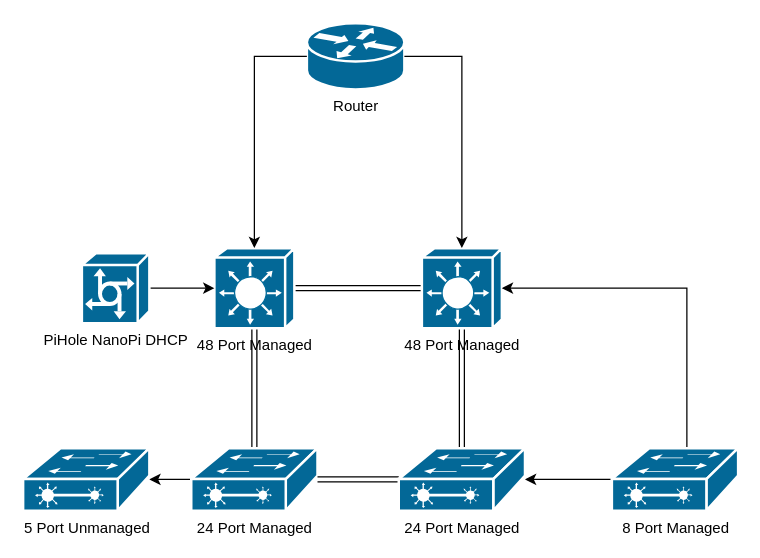
Above: files/Untitled Diagram.drawio in wavpro/flowcharts (draw.io), before the change. Source tidied: cells renumbered, new cells numbered last; positions are measured from the earlier drawing's top-left corner, leaving out a move shared by most shapes. Both pictures are drawn from the tidied source at 125%, with x=0, y=0 at pixel (22, 22).
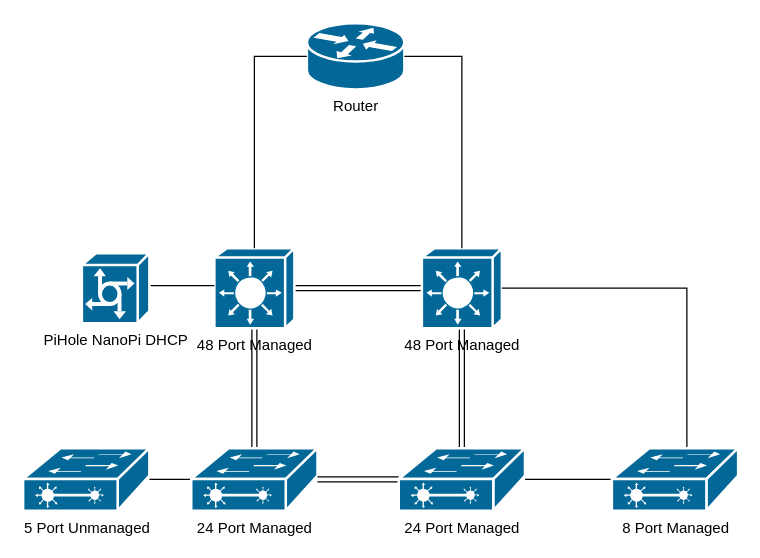
The same page after the edit.

The change refers to these unchanged cells:
```xml
<mxCell id="2" value="Router" style="shape=mxgraph.cisco.routers.router;sketch=0;html=1;dashed=0;fillColor=#036897;strokeColor=#ffffff;strokeWidth=2;verticalLabelPosition=bottom;verticalAlign=top;align=center;outlineConnect=0;" parent="1" vertex="1">
  <mxGeometry x="227" width="78" height="53" as="geometry" />
</mxCell>
<mxCell id="5" value="48 Port Managed" style="shape=mxgraph.cisco.switches.layer_3_switch;sketch=0;html=1;dashed=0;fillColor=#036897;strokeColor=#ffffff;strokeWidth=2;verticalLabelPosition=bottom;verticalAlign=top;align=center;outlineConnect=0;" parent="1" vertex="1">
  <mxGeometry x="153" y="180" width="64" height="64" as="geometry" />
</mxCell>
<mxCell id="7" value="48 Port Managed" style="shape=mxgraph.cisco.switches.layer_3_switch;sketch=0;html=1;dashed=0;fillColor=#036897;strokeColor=#ffffff;strokeWidth=2;verticalLabelPosition=bottom;verticalAlign=top;align=center;outlineConnect=0;" parent="1" vertex="1">
  <mxGeometry x="319" y="180" width="64" height="64" as="geometry" />
</mxCell>
<mxCell id="10" value="5 Port Unmanaged" style="shape=mxgraph.cisco.switches.layer_2_remote_switch;sketch=0;html=1;dashed=0;fillColor=#036897;strokeColor=#ffffff;strokeWidth=2;verticalLabelPosition=bottom;verticalAlign=top;align=center;outlineConnect=0;" parent="1" vertex="1">
  <mxGeometry y="340" width="101" height="50" as="geometry" />
</mxCell>
<mxCell id="12" value="24 Port Managed" style="shape=mxgraph.cisco.switches.layer_2_remote_switch;sketch=0;html=1;dashed=0;fillColor=#036897;strokeColor=#ffffff;strokeWidth=2;verticalLabelPosition=bottom;verticalAlign=top;align=center;outlineConnect=0;" parent="1" vertex="1">
  <mxGeometry x="134.5" y="340" width="101" height="50" as="geometry" />
</mxCell>
<mxCell id="14" value="24 Port Managed" style="shape=mxgraph.cisco.switches.layer_2_remote_switch;sketch=0;html=1;dashed=0;fillColor=#036897;strokeColor=#ffffff;strokeWidth=2;verticalLabelPosition=bottom;verticalAlign=top;align=center;outlineConnect=0;" parent="1" vertex="1">
  <mxGeometry x="300.5" y="340" width="101" height="50" as="geometry" />
</mxCell>
<mxCell id="17" value="8 Port Managed" style="shape=mxgraph.cisco.switches.layer_2_remote_switch;sketch=0;html=1;dashed=0;fillColor=#036897;strokeColor=#ffffff;strokeWidth=2;verticalLabelPosition=bottom;verticalAlign=top;align=center;outlineConnect=0;" parent="1" vertex="1">
  <mxGeometry x="471" y="340" width="101" height="50" as="geometry" />
</mxCell>
<mxCell id="19" value="PiHole NanoPi DHCP" style="shape=mxgraph.cisco.servers.communications_server;sketch=0;html=1;dashed=0;fillColor=#036897;strokeColor=#ffffff;strokeWidth=2;verticalLabelPosition=bottom;verticalAlign=top;align=center;outlineConnect=0;" parent="1" vertex="1">
  <mxGeometry x="47" y="184" width="54" height="56" as="geometry" />
</mxCell>
```

What changed in the source:
```diff
@@
-    <mxCell id="8" style="edgeStyle=orthogonalEdgeStyle;rounded=0;jettySize=auto;html=1;entryX=0.5;entryY=0;entryDx=0;entryDy=0;entryPerimeter=0;" parent="1" edge="1" source="2" target="5">
+    <mxCell id="8" style="edgeStyle=orthogonalEdgeStyle;rounded=0;jettySize=auto;html=1;entryX=0.5;entryY=0;entryDx=0;entryDy=0;entryPerimeter=0;endArrow=none;endFill=0;" parent="1" edge="1" source="2" target="5">
       <mxGeometry relative="1" as="geometry" />
     </mxCell>
-    <mxCell id="9" style="edgeStyle=orthogonalEdgeStyle;rounded=0;jettySize=auto;html=1;entryX=0.5;entryY=0;entryDx=0;entryDy=0;entryPerimeter=0;exitX=1;exitY=0.5;exitDx=0;exitDy=0;exitPerimeter=0;" parent="1" edge="1" source="2" target="7">
+    <mxCell id="9" style="edgeStyle=orthogonalEdgeStyle;rounded=0;jettySize=auto;html=1;entryX=0.5;entryY=0;entryDx=0;entryDy=0;entryPerimeter=0;exitX=1;exitY=0.5;exitDx=0;exitDy=0;exitPerimeter=0;endArrow=none;endFill=0;" parent="1" edge="1" source="2" target="7">
       <mxGeometry relative="1" as="geometry">
         <Array as="points">
           <mxPoint x="351" y="26" />
         </Array>
       </mxGeometry>
     </mxCell>
@@
-    <mxCell id="11" style="edgeStyle=orthogonalEdgeStyle;rounded=0;jettySize=auto;html=1;" parent="1" edge="1" source="12" target="10">
+    <mxCell id="11" style="edgeStyle=orthogonalEdgeStyle;rounded=0;jettySize=auto;html=1;endArrow=none;endFill=0;" parent="1" edge="1" source="12" target="10">
       <mxGeometry relative="1" as="geometry" />
     </mxCell>
@@
-    <mxCell id="15" style="edgeStyle=orthogonalEdgeStyle;rounded=0;jettySize=auto;html=1;entryX=1;entryY=0.5;entryDx=0;entryDy=0;entryPerimeter=0;" parent="1" edge="1" source="17" target="7">
+    <mxCell id="15" style="edgeStyle=orthogonalEdgeStyle;rounded=0;jettySize=auto;html=1;entryX=1;entryY=0.5;entryDx=0;entryDy=0;entryPerimeter=0;endArrow=none;endFill=0;" parent="1" edge="1" source="17" target="7">
       <mxGeometry relative="1" as="geometry">
         <Array as="points">
           <mxPoint x="531" y="212" />
         </Array>
       </mxGeometry>
     </mxCell>
-    <mxCell id="16" style="edgeStyle=orthogonalEdgeStyle;rounded=0;jettySize=auto;html=1;" parent="1" edge="1" source="17" target="14">
+    <mxCell id="16" style="edgeStyle=orthogonalEdgeStyle;rounded=0;jettySize=auto;html=1;endArrow=none;endFill=0;" parent="1" edge="1" source="17" target="14">
       <mxGeometry relative="1" as="geometry" />
     </mxCell>
@@
-    <mxCell id="18" style="edgeStyle=orthogonalEdgeStyle;rounded=0;jettySize=auto;html=1;" parent="1" edge="1" source="19" target="5">
-      <mxGeometry relative="1" as="geometry" />
+    <mxCell id="18" style="edgeStyle=orthogonalEdgeStyle;rounded=0;jettySize=auto;html=1;endArrow=none;endFill=0;" parent="1" edge="1" source="19" target="5">
+      <mxGeometry relative="1" as="geometry">
+        <Array as="points">
+          <mxPoint x="137" y="210" />
+          <mxPoint x="137" y="210" />
+        </Array>
+      </mxGeometry>
     </mxCell>
```
